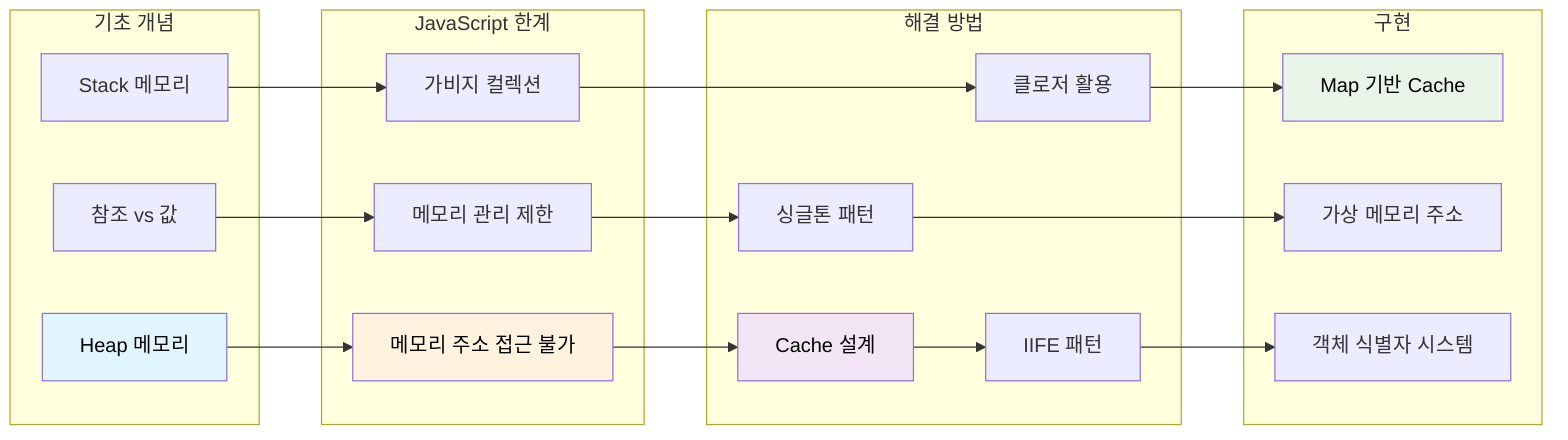
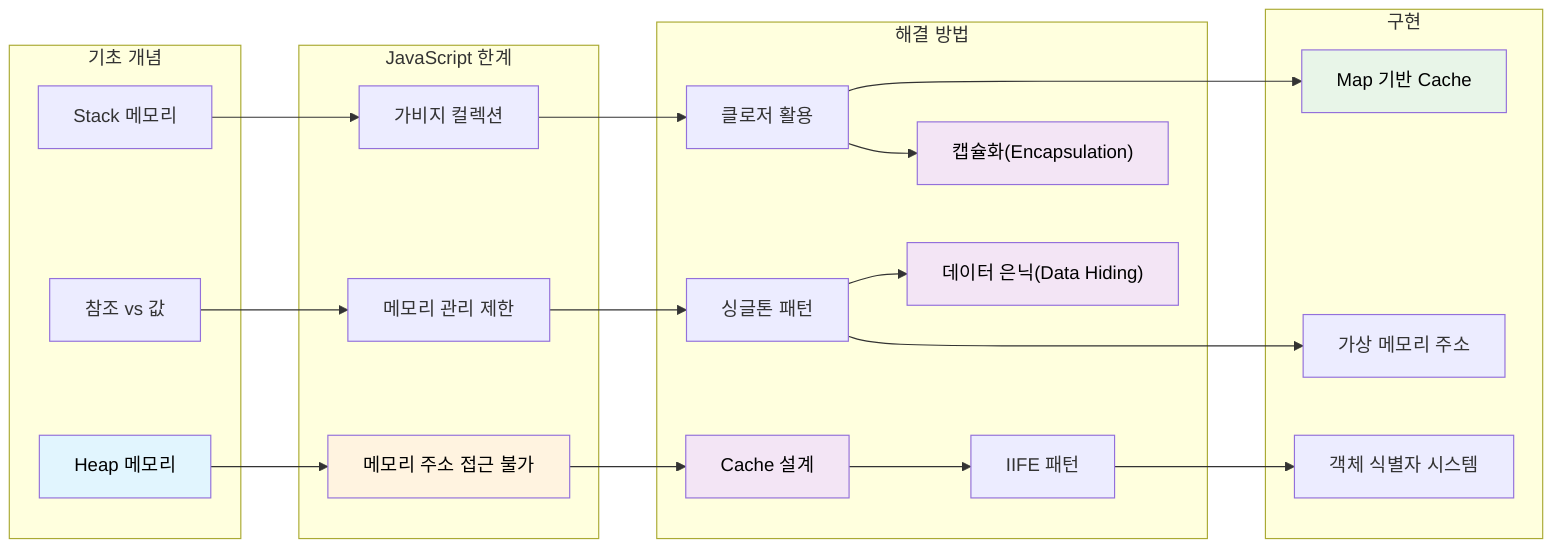
graph LR
    subgraph "기초 개념"
        A1["Heap 메모리"]
        A2["Stack 메모리"]
        A3["참조 vs 값"]
    end

    subgraph "JavaScript 한계"
        B1["메모리 주소 접근 불가"]
        B2["가비지 컬렉션"]
        B3["메모리 관리 제한"]
    end

    subgraph "해결 방법"
        C1["Cache 설계"]
        C2["클로저 활용"]
        C3["싱글톤 패턴"]
        C4["IIFE 패턴"]
+         C5["캡슐화(Encapsulation)"]
+         C6["데이터 은닉(Data Hiding)"]
    end

    subgraph "구현"
        D1["Map 기반 Cache"]
        D2["가상 메모리 주소"]
        D3["객체 식별자 시스템"]
    end

    A1 --> B1
    A2 --> B2
    A3 --> B3
    B1 --> C1
    B2 --> C2
    B3 --> C3
    C1 --> C4
+     C2 --> C5
+     C3 --> C6
    C2 --> D1
    C3 --> D2
    C4 --> D3

    style A1 fill:#e1f5fe,color:#000000
    style B1 fill:#fff3e0,color:#000000
    style C1 fill:#f3e5f5,color:#000000
+     style C5 fill:#f3e5f5,color:#000000
+     style C6 fill:#f3e5f5,color:#000000
    style D1 fill:#e8f5e8,color:#000000